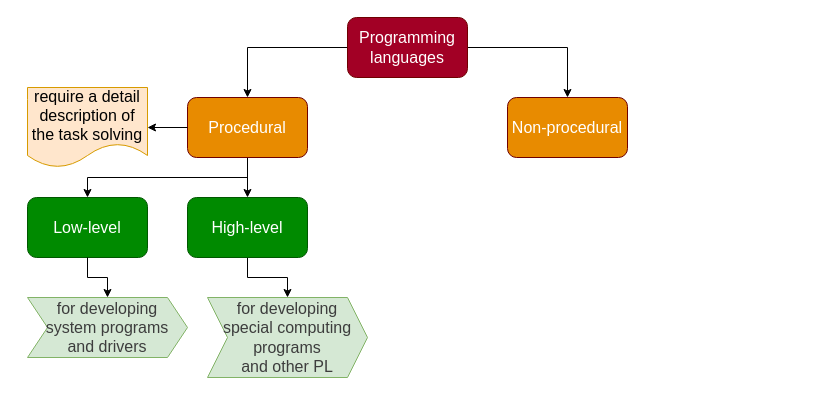
Before: Untitled Diagram.drawio in DMfananddu/Untitled, a draw.io diagram. Source tidied: cells renumbered, new cells numbered last; positions are measured from the earlier drawing's top-left corner, leaving out a move shared by most shapes. Both pictures are drawn from the tidied source at 100%, with x=0, y=0 at pixel (27, 17).
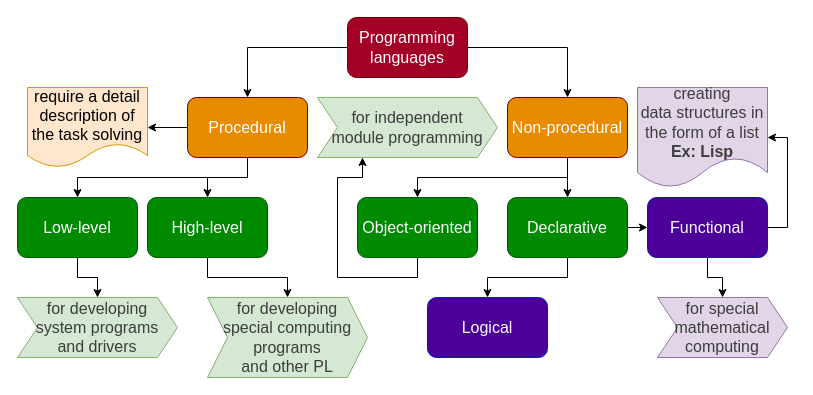
After the change.

Unchanged cells that the change refers to:
```xml
<mxCell id="8" value="Non-procedural" style="rounded=1;whiteSpace=wrap;html=1;fontSize=16;strokeColor=#6F0000;fontColor=#ffffff;fillColor=#E88B00;" parent="1" vertex="1">
  <mxGeometry x="480" y="80" width="120" height="60" as="geometry" />
</mxCell>
```

Diff of the diagram source:
```diff
@@
+    <mxCell id="17" style="edgeStyle=orthogonalEdgeStyle;rounded=0;jettySize=auto;html=1;exitX=0.5;exitY=1;exitDx=0;exitDy=0;entryX=0.5;entryY=0;entryDx=0;entryDy=0;fontFamily=Helvetica;fontSize=16;" parent="1" edge="1" source="8" target="20">
+      <mxGeometry relative="1" as="geometry" />
+    </mxCell>
+    <mxCell id="18" style="edgeStyle=orthogonalEdgeStyle;rounded=0;jettySize=auto;html=1;exitX=0.5;exitY=1;exitDx=0;exitDy=0;entryX=0.5;entryY=0;entryDx=0;entryDy=0;fontFamily=Helvetica;fontSize=16;" parent="1" edge="1" source="8" target="23">
+      <mxGeometry relative="1" as="geometry" />
+    </mxCell>
@@
     <mxCell id="11" value="Low-level" style="rounded=1;whiteSpace=wrap;html=1;fontSize=16;strokeColor=#005700;fontColor=#ffffff;fillColor=#008a00;" parent="1" vertex="1">
-      <mxGeometry y="180" width="120" height="60" as="geometry" />
+      <mxGeometry x="-10" y="180" width="120" height="60" as="geometry" />
     </mxCell>
@@
     <mxCell id="13" value="High-level" style="rounded=1;whiteSpace=wrap;html=1;fontSize=16;strokeColor=#005700;fontColor=#ffffff;fillColor=#008a00;" parent="1" vertex="1">
-      <mxGeometry x="160" y="180" width="120" height="60" as="geometry" />
+      <mxGeometry x="120" y="180" width="120" height="60" as="geometry" />
     </mxCell>
@@
     <mxCell id="15" value="&lt;span lang=&quot;EN-US&quot; style=&quot;font-size: 12pt ; line-height: 107% ; font-family: &amp;#34;calibri&amp;#34; , sans-serif ; color: rgb(61 , 61 , 61)&quot;&gt;for developing&lt;br&gt;system programs &lt;br&gt;and drivers&lt;/span&gt;" style="shape=step;perimeter=stepPerimeter;whiteSpace=wrap;html=1;fixedSize=1;fillColor=#d5e8d4;fontFamily=Helvetica;fontSize=16;strokeColor=#82b366;" parent="1" vertex="1">
-      <mxGeometry y="280" width="160" height="60" as="geometry" />
+      <mxGeometry x="-10" y="280" width="160" height="60" as="geometry" />
     </mxCell>
@@
+    <mxCell id="19" style="edgeStyle=orthogonalEdgeStyle;rounded=0;jettySize=auto;html=1;exitX=0.5;exitY=1;exitDx=0;exitDy=0;entryX=0.25;entryY=1;entryDx=0;entryDy=0;fontFamily=Helvetica;fontSize=16;" parent="1" edge="1" source="20" target="24">
+      <mxGeometry relative="1" as="geometry" />
+    </mxCell>
+    <mxCell id="20" value="Object-oriented" style="rounded=1;whiteSpace=wrap;html=1;fontSize=16;strokeColor=#005700;fontColor=#ffffff;fillColor=#008a00;" parent="1" vertex="1">
+      <mxGeometry x="330" y="180" width="120" height="60" as="geometry" />
+    </mxCell>
+    <mxCell id="21" style="edgeStyle=orthogonalEdgeStyle;rounded=0;jettySize=auto;html=1;exitX=1;exitY=0.5;exitDx=0;exitDy=0;entryX=0;entryY=0.5;entryDx=0;entryDy=0;fontFamily=Helvetica;fontSize=16;" parent="1" edge="1" source="23" target="27">
+      <mxGeometry relative="1" as="geometry" />
+    </mxCell>
+    <mxCell id="22" style="edgeStyle=orthogonalEdgeStyle;rounded=0;jettySize=auto;html=1;exitX=0.5;exitY=1;exitDx=0;exitDy=0;entryX=0.5;entryY=0;entryDx=0;entryDy=0;fontFamily=Helvetica;fontSize=16;" parent="1" edge="1" source="23" target="28">
+      <mxGeometry relative="1" as="geometry">
+        <Array as="points">
+          <mxPoint x="540" y="260" />
+          <mxPoint x="460" y="260" />
+        </Array>
+      </mxGeometry>
+    </mxCell>
+    <mxCell id="23" value="Declarative" style="rounded=1;whiteSpace=wrap;html=1;fontSize=16;strokeColor=#005700;fontColor=#ffffff;fillColor=#008a00;" parent="1" vertex="1">
+      <mxGeometry x="480" y="180" width="120" height="60" as="geometry" />
+    </mxCell>
+    <mxCell id="24" value="&lt;span lang=&quot;EN-US&quot; style=&quot;font-size: 12pt ; line-height: 107% ; font-family: &amp;#34;calibri&amp;#34; , sans-serif ; color: rgb(61 , 61 , 61)&quot;&gt;for independent&lt;br&gt;module programming&lt;/span&gt;" style="shape=step;perimeter=stepPerimeter;whiteSpace=wrap;html=1;fixedSize=1;fillColor=#d5e8d4;fontFamily=Helvetica;fontSize=16;strokeColor=#82b366;" parent="1" vertex="1">
+      <mxGeometry x="290" y="80" width="180" height="60" as="geometry" />
+    </mxCell>
+    <mxCell id="25" style="edgeStyle=orthogonalEdgeStyle;rounded=0;jettySize=auto;html=1;exitX=1;exitY=0.5;exitDx=0;exitDy=0;entryX=1;entryY=0.5;entryDx=0;entryDy=0;fontFamily=Helvetica;fontSize=16;" parent="1" edge="1" source="27" target="29">
+      <mxGeometry relative="1" as="geometry" />
+    </mxCell>
+    <mxCell id="26" style="edgeStyle=orthogonalEdgeStyle;rounded=0;jettySize=auto;html=1;exitX=0.5;exitY=1;exitDx=0;exitDy=0;entryX=0.5;entryY=0;entryDx=0;entryDy=0;fontFamily=Helvetica;fontSize=16;" parent="1" edge="1" source="27" target="30">
+      <mxGeometry relative="1" as="geometry" />
+    </mxCell>
+    <mxCell id="27" value="Functional" style="rounded=1;whiteSpace=wrap;html=1;fontSize=16;strokeColor=#001DBC;fontColor=#ffffff;fillColor=#4C0099;" parent="1" vertex="1">
+      <mxGeometry x="620" y="180" width="120" height="60" as="geometry" />
+    </mxCell>
+    <mxCell id="28" value="Logical" style="rounded=1;whiteSpace=wrap;html=1;fontSize=16;strokeColor=#001DBC;fontColor=#ffffff;fillColor=#4C0099;" parent="1" vertex="1">
+      <mxGeometry x="400" y="280" width="120" height="60" as="geometry" />
+    </mxCell>
+    <mxCell id="29" value="&lt;span lang=&quot;EN-US&quot; style=&quot;font-size: 12pt ; line-height: 107% ; color: rgb(61 , 61 , 61)&quot;&gt;creating&lt;br&gt;data structures in the form of a list&lt;br&gt;&lt;b&gt;Ex: Lisp&lt;/b&gt;&lt;br&gt;&lt;/span&gt;" style="shape=document;whiteSpace=wrap;html=1;boundedLbl=1;fontFamily=Helvetica;fontSize=16;strokeColor=#9673a6;fillColor=#e1d5e7;" parent="1" vertex="1">
+      <mxGeometry x="610" y="70" width="130" height="100" as="geometry" />
+    </mxCell>
+    <mxCell id="30" value="&lt;span lang=&quot;EN-US&quot; style=&quot;font-size: 12pt ; line-height: 107% ; font-family: &amp;#34;calibri&amp;#34; , sans-serif ; color: rgb(61 , 61 , 61)&quot;&gt;for special mathematical computing&lt;/span&gt;" style="shape=step;perimeter=stepPerimeter;whiteSpace=wrap;html=1;fixedSize=1;fillColor=#e1d5e7;fontFamily=Helvetica;fontSize=16;strokeColor=#9673a6;" parent="1" vertex="1">
+      <mxGeometry x="630" y="280" width="130" height="60" as="geometry" />
+    </mxCell>
```
